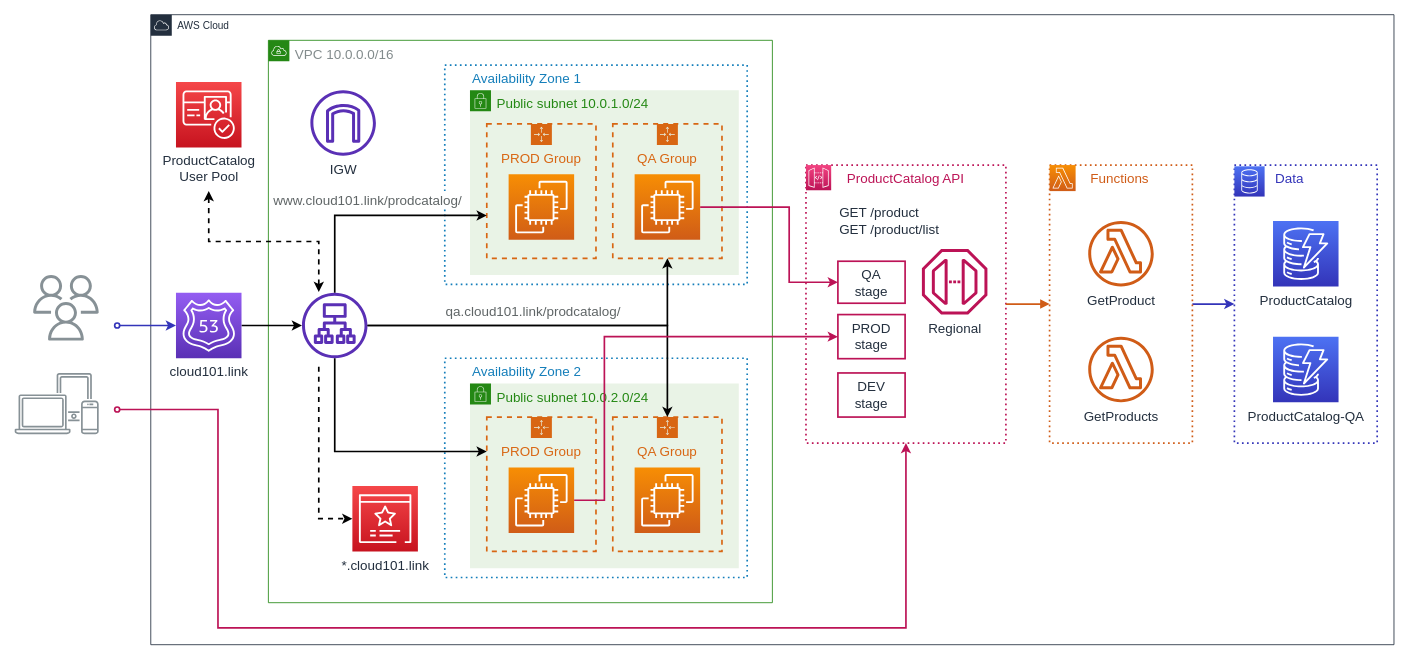
Earlier version of the draw.io diagram diagrams/ProductCatalogArch.drawio (PrahladKulkarni/aws). Source tidied: cells renumbered, new cells numbered last; positions are measured from the earlier drawing's top-left corner, leaving out a move shared by most shapes. Both pictures are drawn from the tidied source at 84%, with x=0, y=0 at pixel (14, 14).
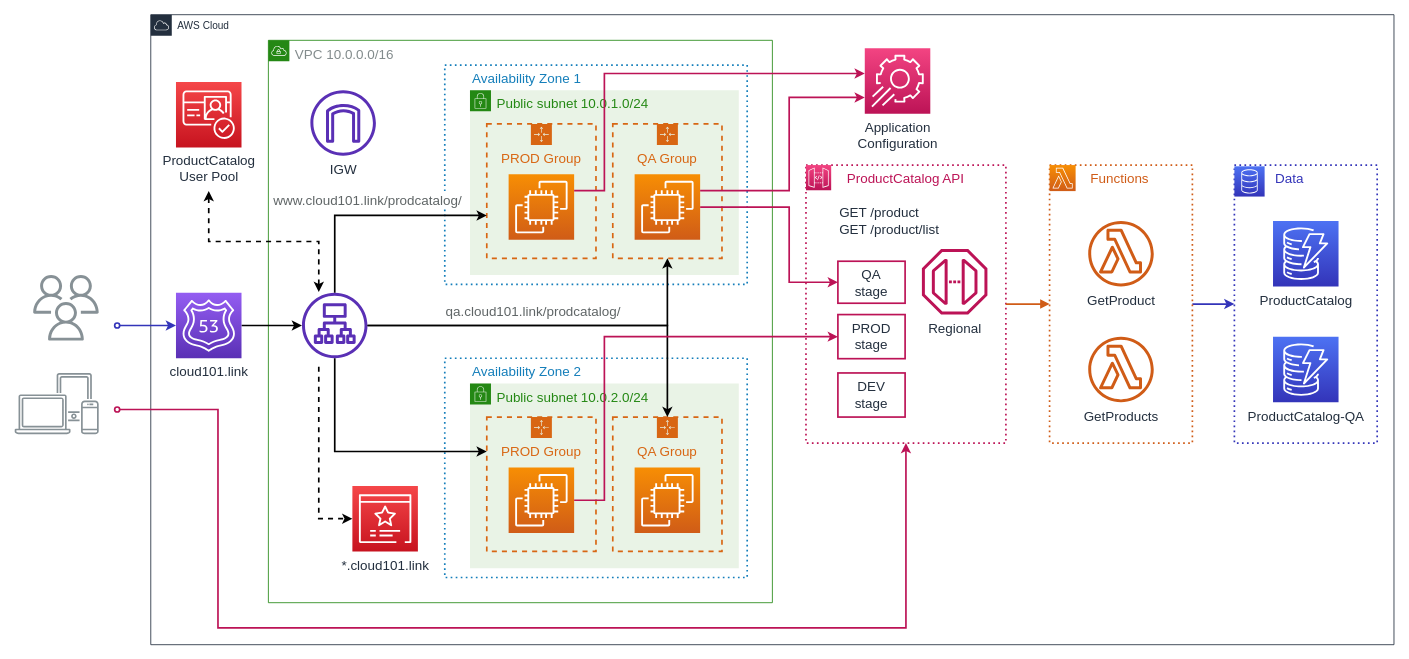
After the change.

Commit message (it also covers changes not shown here):
Added AppConfig to the diagram

Unchanged cells that the change refers to:
```xml
<mxCell id="14" style="points=[[0,0,0],[0.25,0,0],[0.5,0,0],[0.75,0,0],[1,0,0],[0,1,0],[0.25,1,0],[0.5,1,0],[0.75,1,0],[1,1,0],[0,0.25,0],[0,0.5,0],[0,0.75,0],[1,0.25,0],[1,0.5,0],[1,0.75,0]];outlineConnect=0;fontColor=#232F3E;gradientColor=#F78E04;gradientDirection=north;fillColor=#D05C17;strokeColor=#ffffff;dashed=0;verticalLabelPosition=bottom;verticalAlign=top;align=center;html=1;fontSize=16;fontStyle=0;shape=mxgraph.aws4.resourceIcon;resIcon=mxgraph.aws4.ec2;shadow=0;" parent="1" vertex="1">
  <mxGeometry x="588" y="190" width="78" height="78" as="geometry" />
</mxCell>
<mxCell id="16" style="points=[[0,0,0],[0.25,0,0],[0.5,0,0],[0.75,0,0],[1,0,0],[0,1,0],[0.25,1,0],[0.5,1,0],[0.75,1,0],[1,1,0],[0,0.25,0],[0,0.5,0],[0,0.75,0],[1,0.25,0],[1,0.5,0],[1,0.75,0]];outlineConnect=0;fontColor=#232F3E;gradientColor=#F78E04;gradientDirection=north;fillColor=#D05C17;strokeColor=#ffffff;dashed=0;verticalLabelPosition=bottom;verticalAlign=top;align=center;html=1;fontSize=16;fontStyle=0;shape=mxgraph.aws4.resourceIcon;resIcon=mxgraph.aws4.ec2;shadow=0;" parent="1" vertex="1">
  <mxGeometry x="738" y="190" width="78" height="78" as="geometry" />
</mxCell>
```

Diff of the diagram source:
```diff
@@
+    <mxCell id="53" value="Application&lt;br style=&quot;font-size: 16px;&quot;&gt;Configuration" style="points=[[0,0,0],[0.25,0,0],[0.5,0,0],[0.75,0,0],[1,0,0],[0,1,0],[0.25,1,0],[0.5,1,0],[0.75,1,0],[1,1,0],[0,0.25,0],[0,0.5,0],[0,0.75,0],[1,0.25,0],[1,0.5,0],[1,0.75,0]];points=[[0,0,0],[0.25,0,0],[0.5,0,0],[0.75,0,0],[1,0,0],[0,1,0],[0.25,1,0],[0.5,1,0],[0.75,1,0],[1,1,0],[0,0.25,0],[0,0.5,0],[0,0.75,0],[1,0.25,0],[1,0.5,0],[1,0.75,0]];outlineConnect=0;fontColor=#232F3E;gradientColor=#F34482;gradientDirection=north;fillColor=#BC1356;strokeColor=#ffffff;dashed=0;verticalLabelPosition=bottom;verticalAlign=top;align=center;html=1;fontSize=16;fontStyle=0;shape=mxgraph.aws4.resourceIcon;resIcon=mxgraph.aws4.app_config;" parent="1" vertex="1">
+      <mxGeometry x="1012" y="40" width="78" height="78" as="geometry" />
+    </mxCell>
+    <mxCell id="54" style="edgeStyle=elbowEdgeStyle;jumpStyle=none;jettySize=auto;html=1;fontSize=16;fontColor=#5F6566;startArrow=none;startFill=0;endArrow=classic;endFill=1;strokeColor=#BC1356;strokeWidth=2;rounded=0;exitX=1;exitY=0.25;exitDx=0;exitDy=0;exitPerimeter=0;entryX=0;entryY=0.75;entryDx=0;entryDy=0;entryPerimeter=0;" parent="1" edge="1" source="16" target="53">
+      <mxGeometry relative="1" as="geometry">
+        <Array as="points">
+          <mxPoint x="922" y="140" />
+          <mxPoint x="932" y="280" />
+        </Array>
+      </mxGeometry>
+    </mxCell>
+    <mxCell id="55" style="edgeStyle=elbowEdgeStyle;jumpStyle=none;jettySize=auto;html=1;fontSize=16;fontColor=#5F6566;startArrow=none;startFill=0;endArrow=classic;endFill=1;strokeColor=#BC1356;strokeWidth=2;rounded=0;exitX=1;exitY=0.25;exitDx=0;exitDy=0;exitPerimeter=0;" parent="1" edge="1" source="14">
+      <mxGeometry relative="1" as="geometry">
+        <mxPoint x="1012" y="70" as="targetPoint" />
+        <Array as="points">
+          <mxPoint x="702" y="90" />
+          <mxPoint x="702" y="110" />
+          <mxPoint x="932" y="249.5" />
+        </Array>
+      </mxGeometry>
+    </mxCell>
```
